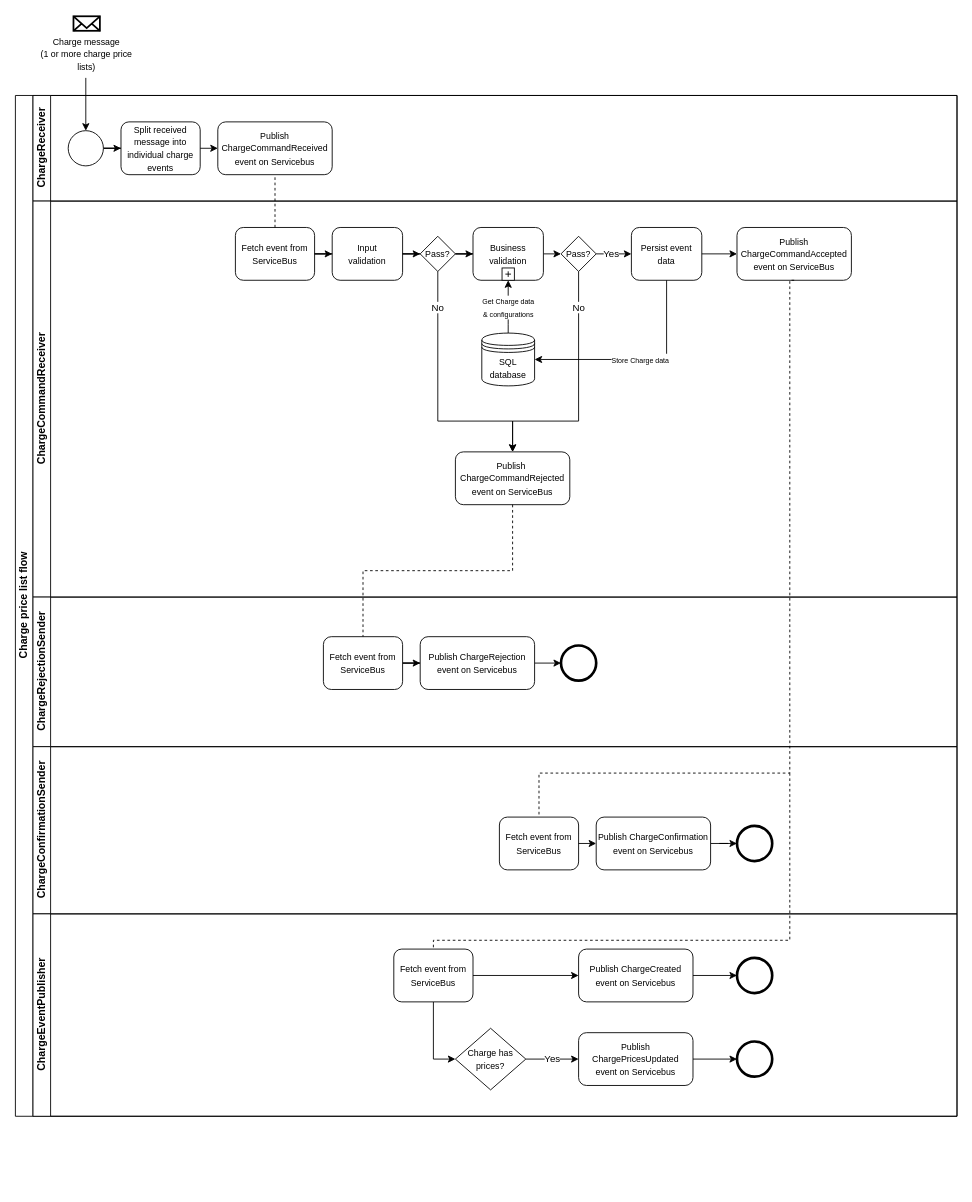
The draw.io diagram docs/process-flows/images/ChargePriceListProcessFlow.drawio in Energinet-DataHub/ARCHIVED-geh-charges, before the edit. Source tidied: cells renumbered, new cells numbered last; positions are measured from the earlier drawing's top-left corner, leaving out a move shared by most shapes. Both pictures are drawn from the tidied source at 88%, with x=0, y=0 at pixel (15, 16).
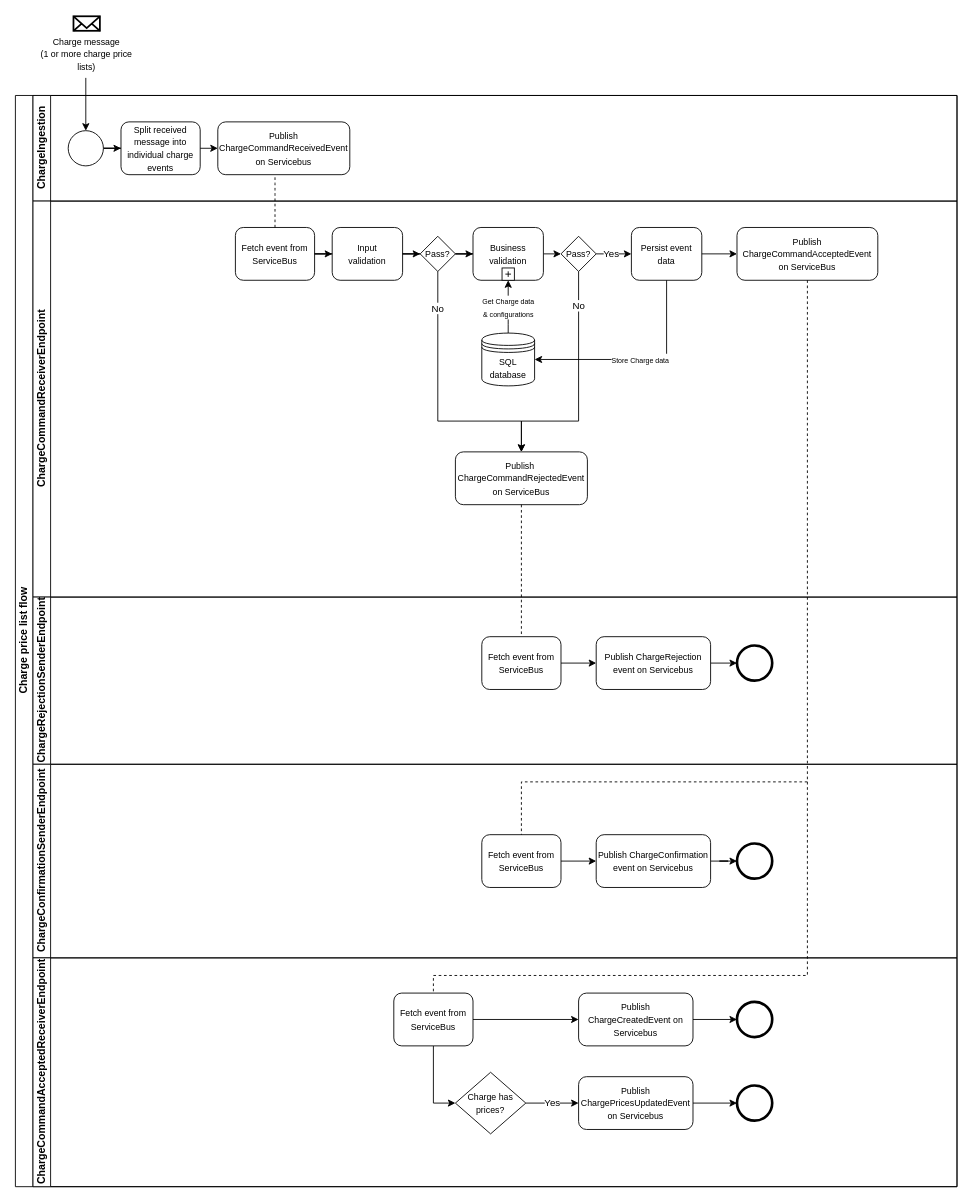
Above is the later version.

Commit message (it also covers changes not shown here):
docs: update process flows (#724)

The change refers to these unchanged cells:
```xml
<mxCell id="10" value="&lt;font style=&quot;font-size: 10px&quot;&gt;Fetch event from ServiceBus&lt;/font&gt;" style="rounded=1;whiteSpace=wrap;html=1;fontFamily=Helvetica;fontSize=12;fontColor=#000000;align=center;" parent="9" vertex="1">
  <mxGeometry x="230" y="30" width="90" height="60" as="geometry" />
</mxCell>
<mxCell id="11" value="&lt;font style=&quot;font-size: 10px&quot;&gt;Pass?&lt;/font&gt;" style="rhombus;whiteSpace=wrap;html=1;fontFamily=Helvetica;fontSize=12;fontColor=#000000;align=center;" parent="9" vertex="1">
  <mxGeometry x="600" y="40" width="40" height="40" as="geometry" />
</mxCell>
<mxCell id="21" value="&lt;font style=&quot;font-size: 10px&quot;&gt;Pass?&lt;/font&gt;" style="rhombus;whiteSpace=wrap;html=1;fontFamily=Helvetica;fontSize=12;fontColor=#000000;align=center;" parent="9" vertex="1">
  <mxGeometry x="440" y="40" width="40" height="40" as="geometry" />
</mxCell>
<mxCell id="48" value="&lt;font style=&quot;font-size: 10px&quot;&gt;Fetch event from ServiceBus&lt;/font&gt;" style="rounded=1;whiteSpace=wrap;html=1;fontFamily=Helvetica;fontSize=12;fontColor=#000000;align=center;" parent="43" vertex="1">
  <mxGeometry x="410" y="40" width="90" height="60" as="geometry" />
</mxCell>
```

Change to the diagram source:
```diff
@@
     <mxCell id="2" value="Charge price list flow" style="swimlane;html=1;horizontal=0;startSize=20;rounded=0;" parent="1" vertex="1">
-      <mxGeometry y="90" width="1070" height="1160" as="geometry" />
+      <mxGeometry y="90" width="1070" height="1240" as="geometry" />
     </mxCell>
-    <mxCell id="3" value="ChargeReceiver" style="swimlane;html=1;startSize=20;horizontal=0;" parent="2" vertex="1">
+    <mxCell id="3" value="ChargeIngestion" style="swimlane;html=1;startSize=20;horizontal=0;" parent="2" vertex="1">
       <mxGeometry x="20" width="1050" height="120" as="geometry" />
     </mxCell>
@@
-    <mxCell id="7" value="&lt;font style=&quot;font-size: 10px&quot;&gt;Publish ChargeCommandReceived&lt;br&gt;event on Servicebus&lt;/font&gt;" style="rounded=1;whiteSpace=wrap;html=1;fontFamily=Helvetica;fontSize=12;fontColor=#000000;align=center;" parent="3" vertex="1">
-      <mxGeometry x="210" y="30" width="130" height="60" as="geometry" />
+    <mxCell id="7" value="&lt;font style=&quot;font-size: 10px&quot;&gt;Publish ChargeCommandReceivedEvent on Servicebus&lt;/font&gt;" style="rounded=1;whiteSpace=wrap;html=1;fontFamily=Helvetica;fontSize=12;fontColor=#000000;align=center;" parent="3" vertex="1">
+      <mxGeometry x="210" y="30" width="150" height="60" as="geometry" />
     </mxCell>
@@
-    <mxCell id="9" value="ChargeCommandReceiver" style="swimlane;html=1;startSize=20;horizontal=0;" parent="2" vertex="1">
+    <mxCell id="9" value="ChargeCommandReceiverEndpoint" style="swimlane;html=1;startSize=20;horizontal=0;" parent="2" vertex="1">
       <mxGeometry x="20" y="120" width="1050" height="450" as="geometry" />
     </mxCell>
@@
-    <mxCell id="13" value="&lt;font style=&quot;font-size: 10px&quot;&gt;Publish&lt;br&gt;ChargeCommandAccepted&lt;br&gt;event on ServiceBus&lt;br&gt;&lt;/font&gt;" style="whiteSpace=wrap;html=1;rounded=1;" parent="9" vertex="1">
-      <mxGeometry x="800" y="30" width="130" height="60" as="geometry" />
+    <mxCell id="13" value="&lt;font style=&quot;font-size: 10px&quot;&gt;Publish&lt;br&gt;ChargeCommandAcceptedEvent on ServiceBus&lt;br&gt;&lt;/font&gt;" style="whiteSpace=wrap;html=1;rounded=1;" parent="9" vertex="1">
+      <mxGeometry x="800" y="30" width="160" height="60" as="geometry" />
     </mxCell>
@@
-    <mxCell id="27" value="&lt;span style=&quot;font-size: 10px&quot;&gt;Publish&amp;nbsp;&lt;/span&gt;&lt;br style=&quot;font-size: 10px&quot;&gt;&lt;span style=&quot;font-size: 10px&quot;&gt;ChargeCommandRejected&lt;br&gt;event on ServiceBus&lt;/span&gt;" style="whiteSpace=wrap;html=1;rounded=1;" parent="9" vertex="1">
-      <mxGeometry x="480" y="285" width="130" height="60" as="geometry" />
+    <mxCell id="27" value="&lt;span style=&quot;font-size: 10px&quot;&gt;Publish&amp;nbsp;&lt;/span&gt;&lt;br style=&quot;font-size: 10px&quot;&gt;&lt;span style=&quot;font-size: 10px&quot;&gt;ChargeCommandRejectedEvent on ServiceBus&lt;/span&gt;" style="whiteSpace=wrap;html=1;rounded=1;" parent="9" vertex="1">
+      <mxGeometry x="480" y="285" width="150" height="60" as="geometry" />
     </mxCell>
@@
     <mxCell id="29" value="No" style="edgeStyle=orthogonalEdgeStyle;rounded=0;jettySize=auto;html=1;entryX=0.5;entryY=0;entryDx=0;entryDy=0;" parent="9" edge="1" source="21" target="27">
       <mxGeometry x="-0.72" relative="1" as="geometry">
         <Array as="points">
           <mxPoint x="460" y="250" />
-          <mxPoint x="545" y="250" />
+          <mxPoint x="555" y="250" />
         </Array>
       </mxGeometry>
     </mxCell>
     <mxCell id="30" value="No" style="edgeStyle=orthogonalEdgeStyle;rounded=0;jettySize=auto;html=1;entryX=0.5;entryY=0;entryDx=0;entryDy=0;" parent="9" edge="1" source="11" target="27">
       <mxGeometry x="-0.71" relative="1" as="geometry">
         <Array as="points">
           <mxPoint x="620" y="250" />
-          <mxPoint x="545" y="250" />
+          <mxPoint x="555" y="250" />
         </Array>
       </mxGeometry>
     </mxCell>
-    <mxCell id="31" value="ChargeRejectionSender" style="swimlane;html=1;startSize=20;horizontal=0;" parent="2" vertex="1">
-      <mxGeometry x="20" y="570" width="1050" height="170" as="geometry" />
+    <mxCell id="31" value="ChargeRejectionSenderEndpoint" style="swimlane;html=1;startSize=20;horizontal=0;" parent="2" vertex="1">
+      <mxGeometry x="20" y="570" width="1050" height="190" as="geometry" />
     </mxCell>
     <mxCell id="32" style="shape=mxgraph.bpmn.shape;html=1;verticalLabelPosition=bottom;labelBackgroundColor=#ffffff;verticalAlign=top;align=center;perimeter=ellipsePerimeter;outlineConnect=0;outline=end;symbol=general;strokeColor=#000000;" parent="31" vertex="1">
-      <mxGeometry x="600" y="55" width="40" height="40" as="geometry" />
+      <mxGeometry x="800" y="55" width="40" height="40" as="geometry" />
     </mxCell>
@@
     <mxCell id="35" value="&lt;font style=&quot;font-size: 10px&quot;&gt;Fetch event from ServiceBus&lt;/font&gt;" style="rounded=1;whiteSpace=wrap;html=1;fontFamily=Helvetica;fontSize=12;fontColor=#000000;align=center;" parent="31" vertex="1">
-      <mxGeometry x="330" y="45" width="90" height="60" as="geometry" />
+      <mxGeometry x="510" y="45" width="90" height="60" as="geometry" />
     </mxCell>
     <mxCell id="36" value="&lt;font style=&quot;font-size: 10px&quot;&gt;Publish ChargeRejection&lt;br&gt;event on Servicebus&lt;/font&gt;" style="rounded=1;whiteSpace=wrap;html=1;fontFamily=Helvetica;fontSize=12;fontColor=#000000;align=center;" parent="31" vertex="1">
-      <mxGeometry x="440" y="45" width="130" height="60" as="geometry" />
+      <mxGeometry x="640" y="45" width="130" height="60" as="geometry" />
     </mxCell>
-    <mxCell id="37" value="ChargeConfirmationSender" style="swimlane;html=1;startSize=20;horizontal=0;" parent="2" vertex="1">
-      <mxGeometry x="20" y="740" width="1050" height="190" as="geometry" />
+    <mxCell id="37" value="ChargeConfirmationSenderEndpoint" style="swimlane;html=1;startSize=20;horizontal=0;" parent="2" vertex="1">
+      <mxGeometry x="20" y="760" width="1050" height="220" as="geometry" />
     </mxCell>
@@
     <mxCell id="41" value="&lt;font style=&quot;font-size: 10px&quot;&gt;Fetch event from ServiceBus&lt;/font&gt;" style="rounded=1;whiteSpace=wrap;html=1;fontFamily=Helvetica;fontSize=12;fontColor=#000000;align=center;" parent="37" vertex="1">
-      <mxGeometry x="530" y="80" width="90" height="60" as="geometry" />
+      <mxGeometry x="510" y="80" width="90" height="60" as="geometry" />
     </mxCell>
@@
-    <mxCell id="43" value="ChargeEventPublisher" style="swimlane;html=1;startSize=20;horizontal=0;" parent="2" vertex="1">
-      <mxGeometry x="20" y="930" width="1050" height="230" as="geometry" />
+    <mxCell id="43" value="ChargeCommandAcceptedReceiverEndpoint" style="swimlane;html=1;startSize=20;horizontal=0;" parent="2" vertex="1">
+      <mxGeometry x="20" y="980" width="1050" height="260" as="geometry" />
     </mxCell>
@@
-    <mxCell id="46" value="&lt;font style=&quot;font-size: 10px&quot;&gt;Publish ChargeCreated&lt;br&gt;event on Servicebus&lt;/font&gt;" style="rounded=1;whiteSpace=wrap;html=1;fontFamily=Helvetica;fontSize=12;fontColor=#000000;align=center;" parent="43" vertex="1">
+    <mxCell id="46" value="&lt;font style=&quot;font-size: 10px&quot;&gt;Publish ChargeCreatedEvent on Servicebus&lt;/font&gt;" style="rounded=1;whiteSpace=wrap;html=1;fontFamily=Helvetica;fontSize=12;fontColor=#000000;align=center;" parent="43" vertex="1">
       <mxGeometry x="620" y="40" width="130" height="60" as="geometry" />
     </mxCell>
@@
-    <mxCell id="51" value="&lt;font style=&quot;font-size: 10px&quot;&gt;Publish ChargePricesUpdated&lt;br&gt;event on Servicebus&lt;/font&gt;" style="rounded=1;whiteSpace=wrap;html=1;fontFamily=Helvetica;fontSize=12;fontColor=#000000;align=center;" parent="43" vertex="1">
+    <mxCell id="51" value="&lt;font style=&quot;font-size: 10px&quot;&gt;Publish ChargePricesUpdatedEvent on Servicebus&lt;/font&gt;" style="rounded=1;whiteSpace=wrap;html=1;fontFamily=Helvetica;fontSize=12;fontColor=#000000;align=center;" parent="43" vertex="1">
       <mxGeometry x="620" y="135" width="130" height="60" as="geometry" />
     </mxCell>
@@
-    <mxCell id="55" style="endArrow=none;dashed=1;html=1;entryX=0.5;entryY=1;entryDx=0;entryDy=0;exitX=0.5;exitY=0;exitDx=0;exitDy=0;" parent="2" edge="1" source="10" target="7">
-      <mxGeometry relative="1" as="geometry" />
+    <mxCell id="55" style="endArrow=none;dashed=1;html=1;exitX=0.5;exitY=0;exitDx=0;exitDy=0;" parent="2" edge="1" source="10">
+      <mxGeometry relative="1" as="geometry">
+        <mxPoint x="295" y="90" as="targetPoint" />
+        <Array as="points">
+          <mxPoint x="295" y="110" />
+        </Array>
+      </mxGeometry>
     </mxCell>
     <mxCell id="56" style="endArrow=none;dashed=1;edgeStyle=orthogonalEdgeStyle;rounded=0;jettySize=auto;html=1;entryX=0.5;entryY=0;entryDx=0;entryDy=0;exitX=0.5;exitY=1;exitDx=0;exitDy=0;" parent="2" edge="1" source="27" target="35">
-      <mxGeometry relative="1" as="geometry" />
+      <mxGeometry relative="1" as="geometry">
+        <Array as="points">
+          <mxPoint x="575" y="590" />
+          <mxPoint x="575" y="590" />
+        </Array>
+      </mxGeometry>
     </mxCell>
-    <mxCell id="57" style="endArrow=none;dashed=1;edgeStyle=orthogonalEdgeStyle;rounded=0;jettySize=auto;html=1;entryX=0.5;entryY=0;entryDx=0;entryDy=0;" parent="2" edge="1" target="41">
+    <mxCell id="57" style="endArrow=none;dashed=1;edgeStyle=orthogonalEdgeStyle;rounded=0;jettySize=auto;html=1;entryX=0.5;entryY=0;entryDx=0;entryDy=0;" parent="2" edge="1" source="13" target="41">
       <mxGeometry relative="1" as="geometry">
-        <mxPoint x="885" y="210" as="sourcePoint" />
         <Array as="points">
-          <mxPoint x="880" y="210" />
-          <mxPoint x="880" y="770" />
-          <mxPoint x="595" y="770" />
+          <mxPoint x="900" y="780" />
+          <mxPoint x="575" y="780" />
         </Array>
       </mxGeometry>
     </mxCell>
@@
     <mxCell id="62" style="endArrow=none;dashed=1;edgeStyle=orthogonalEdgeStyle;rounded=0;jettySize=auto;html=1;entryX=0.5;entryY=0;entryDx=0;entryDy=0;" parent="1" edge="1" target="48">
       <mxGeometry relative="1" as="geometry">
-        <mxPoint x="880" y="860" as="sourcePoint" />
+        <mxPoint x="900" y="870" as="sourcePoint" />
         <Array as="points">
-          <mxPoint x="880" y="1050" />
-          <mxPoint x="475" y="1050" />
+          <mxPoint x="900" y="1090" />
+          <mxPoint x="475" y="1090" />
         </Array>
       </mxGeometry>
     </mxCell>
```
